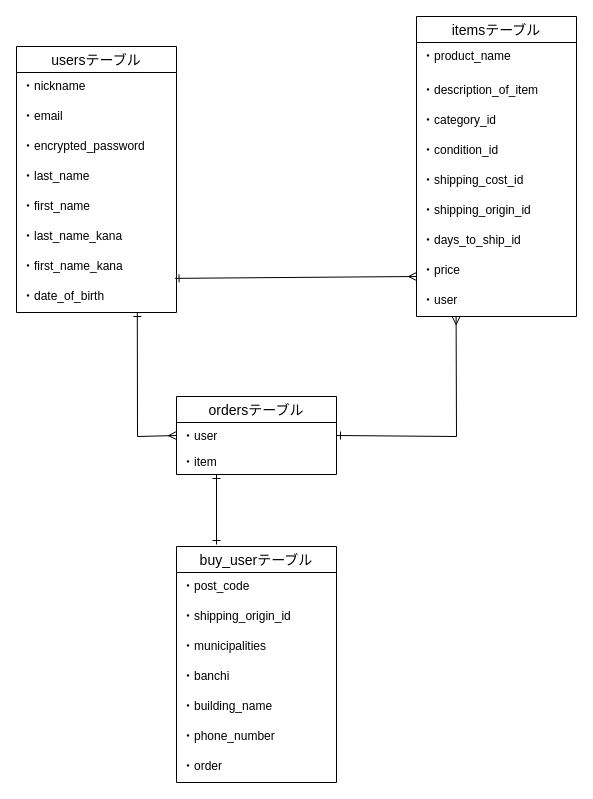
Above: test.dio in hero-39/furima-39744 (draw.io), before the change. Source tidied: cells renumbered, new cells numbered last; positions are measured from the earlier drawing's top-left corner, leaving out a move shared by most shapes. Both pictures are drawn from the tidied source at 100%, with x=0, y=0 at pixel (16, 16).
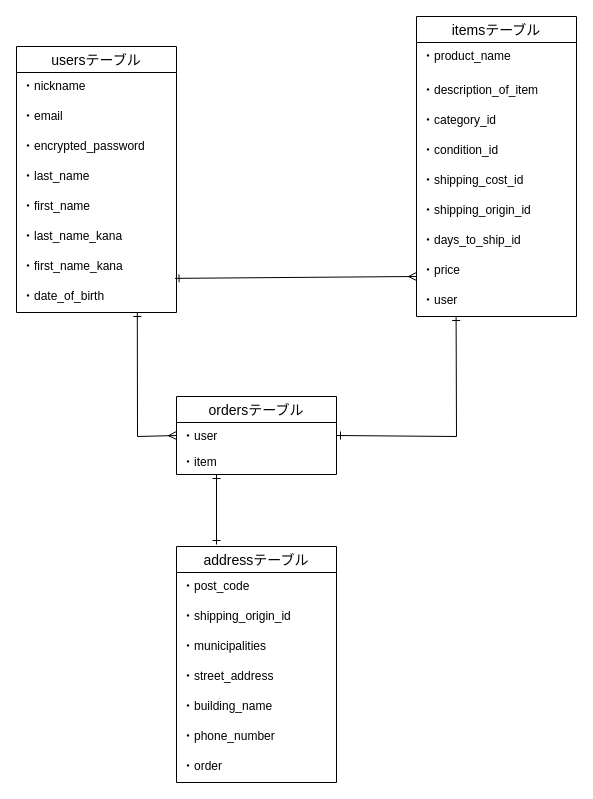
After the change.

The change refers to these unchanged cells:
```xml
<mxCell id="22" value="・user" style="text;strokeColor=none;fillColor=none;spacingLeft=4;spacingRight=4;overflow=hidden;points=[[0,0.5],[1,0.5]];portConstraint=eastwest;fontSize=12;" parent="21" vertex="1">
  <mxGeometry y="26" width="160" height="26" as="geometry" />
</mxCell>
```

What changed in the source:
```diff
@@
-    <mxCell id="24" value="buy_userテーブル" style="swimlane;fontStyle=0;horizontal=1;startSize=26;align=center;fontSize=14;" parent="1" vertex="1">
+    <mxCell id="24" value="addressテーブル" style="swimlane;fontStyle=0;horizontal=1;startSize=26;align=center;fontSize=14;" parent="1" vertex="1">
       <mxGeometry x="160" y="530" width="160" height="236" as="geometry" />
     </mxCell>
@@
-    <mxCell id="28" value="・banchi" style="text;strokeColor=none;fillColor=none;spacingLeft=4;spacingRight=4;overflow=hidden;fontSize=12;" parent="24" vertex="1">
+    <mxCell id="28" value="・street_address" style="text;strokeColor=none;fillColor=none;spacingLeft=4;spacingRight=4;overflow=hidden;fontSize=12;" parent="24" vertex="1">
       <mxGeometry y="116" width="160" height="30" as="geometry" />
     </mxCell>
@@
-    <mxCell id="34" style="endArrow=ERmany;html=1;rounded=0;startArrow=ERone;startFill=0;endFill=0;entryX=0.156;entryY=1.017;entryDx=0;entryDy=0;entryPerimeter=0;exitX=1;exitY=0.5;exitDx=0;exitDy=0;" parent="1" edge="1" source="22">
+    <mxCell id="34" style="endArrow=ERone;html=1;rounded=0;startArrow=ERone;startFill=0;endFill=0;entryX=0.156;entryY=1.017;entryDx=0;entryDy=0;entryPerimeter=0;exitX=1;exitY=0.5;exitDx=0;exitDy=0;" parent="1" edge="1" source="22">
       <mxGeometry relative="1" as="geometry">
         <mxPoint x="439.6" y="300" as="targetPoint" />
         <Array as="points">
           <mxPoint x="440" y="420" />
         </Array>
       </mxGeometry>
     </mxCell>
```
